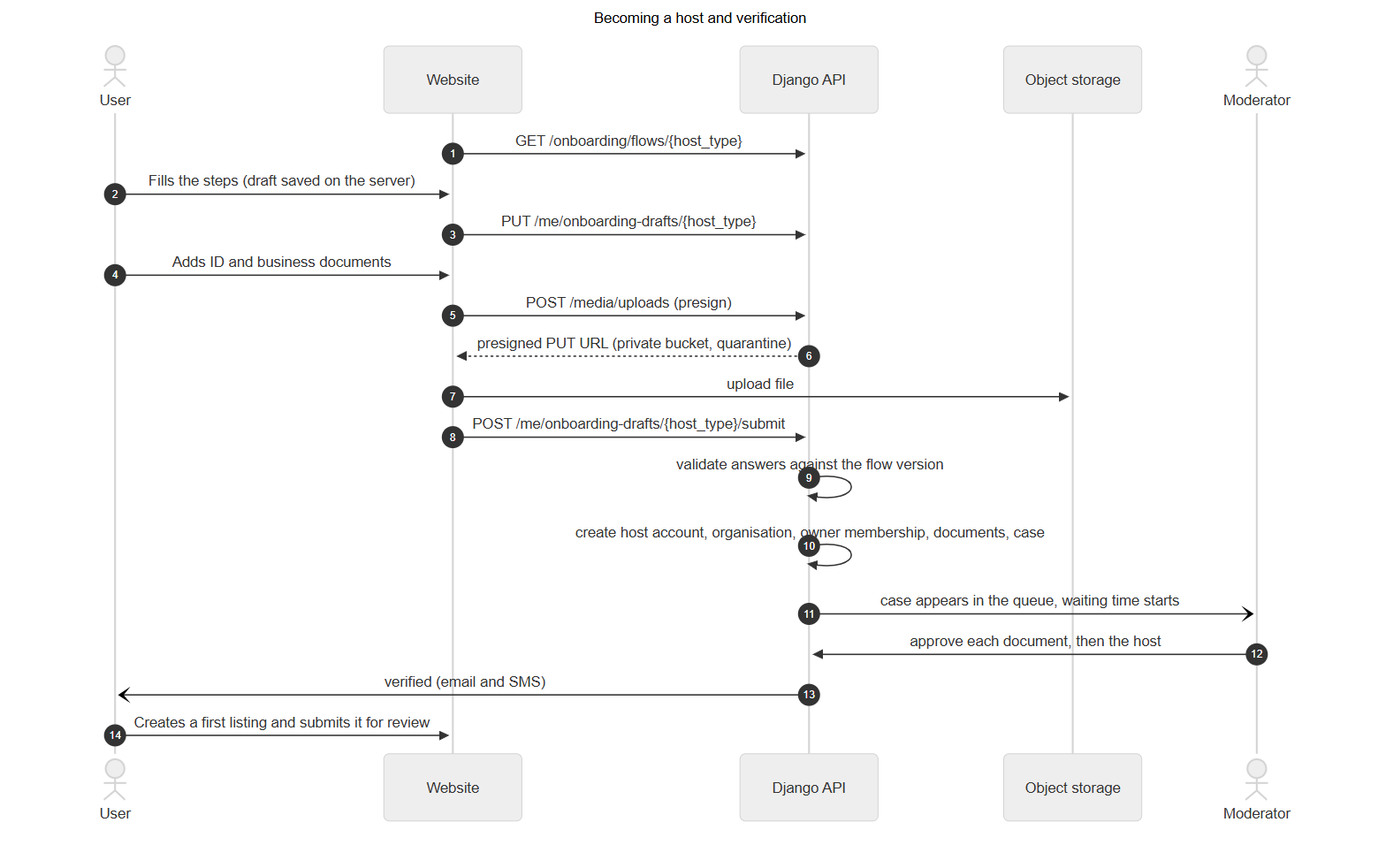
Earlier version of the Mermaid export docs/backend/diagrams/rendered/23-seq-host-onboarding.png (med-amine-ok/darna). Its source is kept beside it as docs/backend/diagrams/23-seq-host-onboarding.mmd.
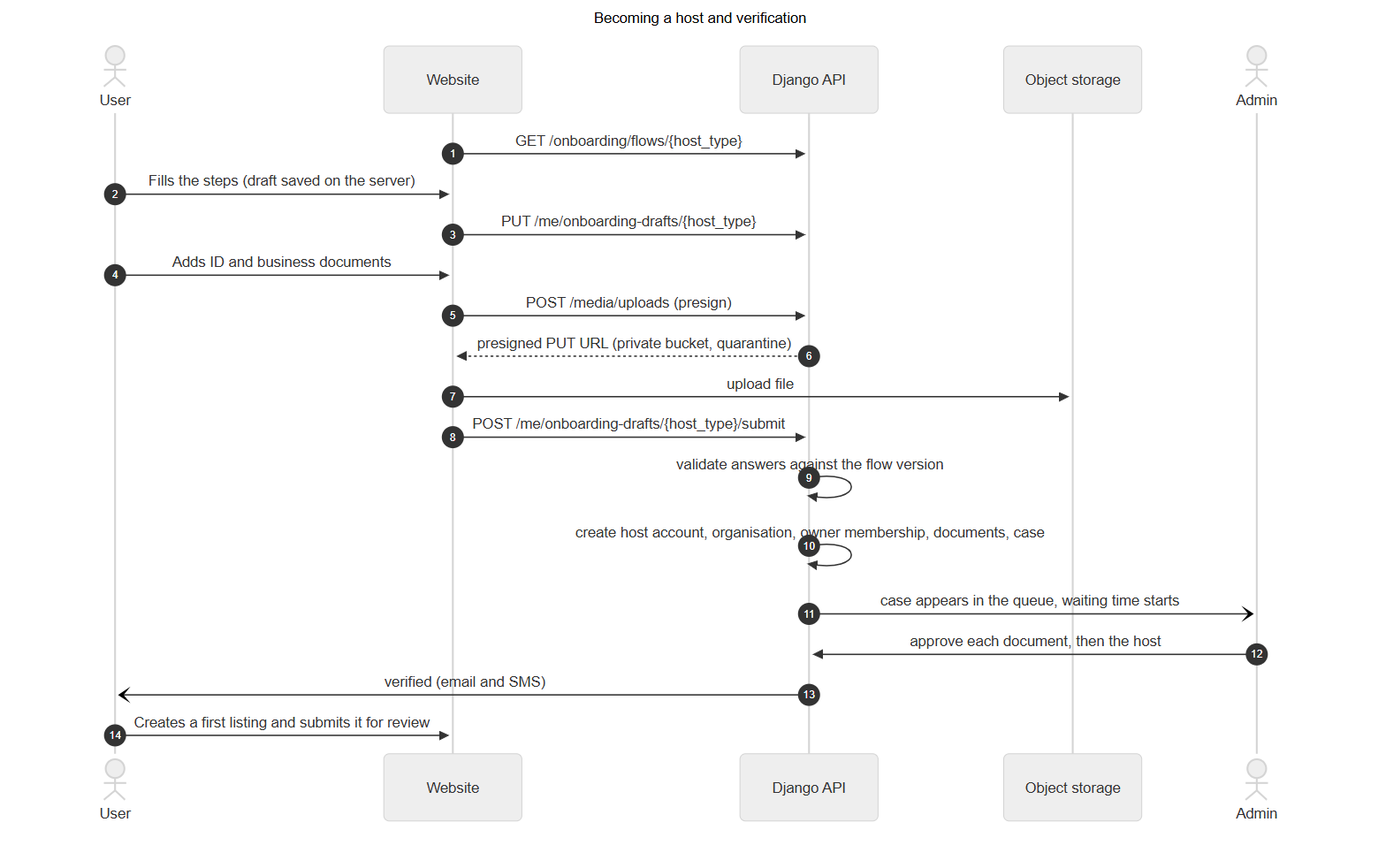
Later version of the same file.

Diff of the diagram source:
```diff
@@ -7,7 +7,7 @@
     participant W as Website
     participant A as Django API
     participant S as Object storage
-    actor M as Moderator
+    actor M as Admin
     W->>A: GET /onboarding/flows/{host_type}
     U->>W: Fills the steps (draft saved on the server)
     W->>A: PUT /me/onboarding-drafts/{host_type}
```
